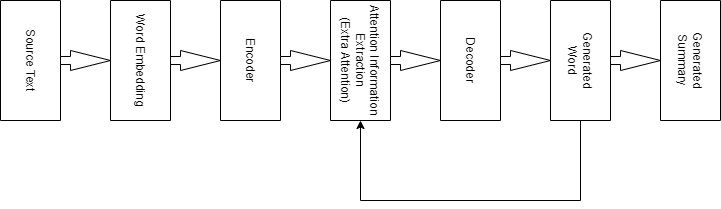
The draw.io diagram abstractive.drawio.png in thesourabhk/finalYearProject, before a commit. Source tidied: cells renumbered, new cells last; positions are measured from the earlier drawing's top-left corner, leaving out a move shared by most shapes.
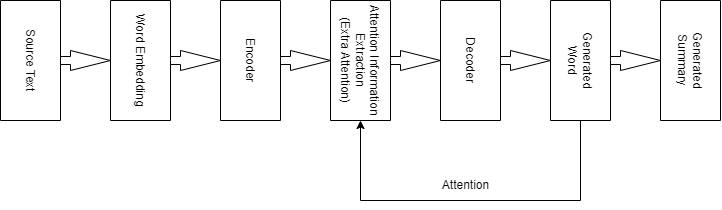
After the change.

What changed in the source:
```diff
@@ -54,5 +54,8 @@
         <mxPoint x="390" y="170" as="sourcePoint" />
       </mxGeometry>
     </mxCell>
+    <mxCell id="17" value="Attention" style="text;html=1;align=center;verticalAlign=middle;strokeColor=none;fillColor=none;" parent="1" vertex="1">
+      <mxGeometry x="460" y="140" width="70" height="30" as="geometry" />
+    </mxCell>
   </root>
 </mxGraphModel>
```
